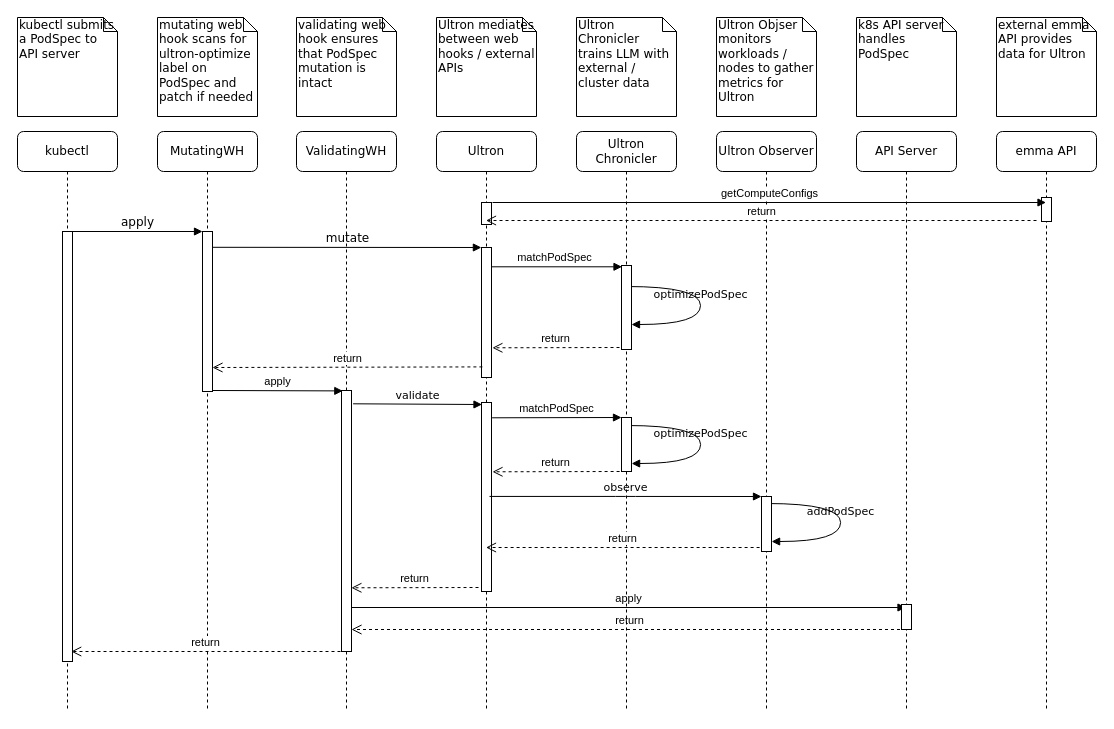
Above: page "Sequence Diagram" (2 of 2) of docs/ultron.drawio in be-heroes/ultron (draw.io), before the change. Source tidied: cells renumbered, new cells numbered last; positions are measured from the earlier drawing's top-left corner, leaving out a move shared by most shapes. Both pictures are drawn from the tidied source at 100%, with x=0, y=0 at pixel (17, 17).
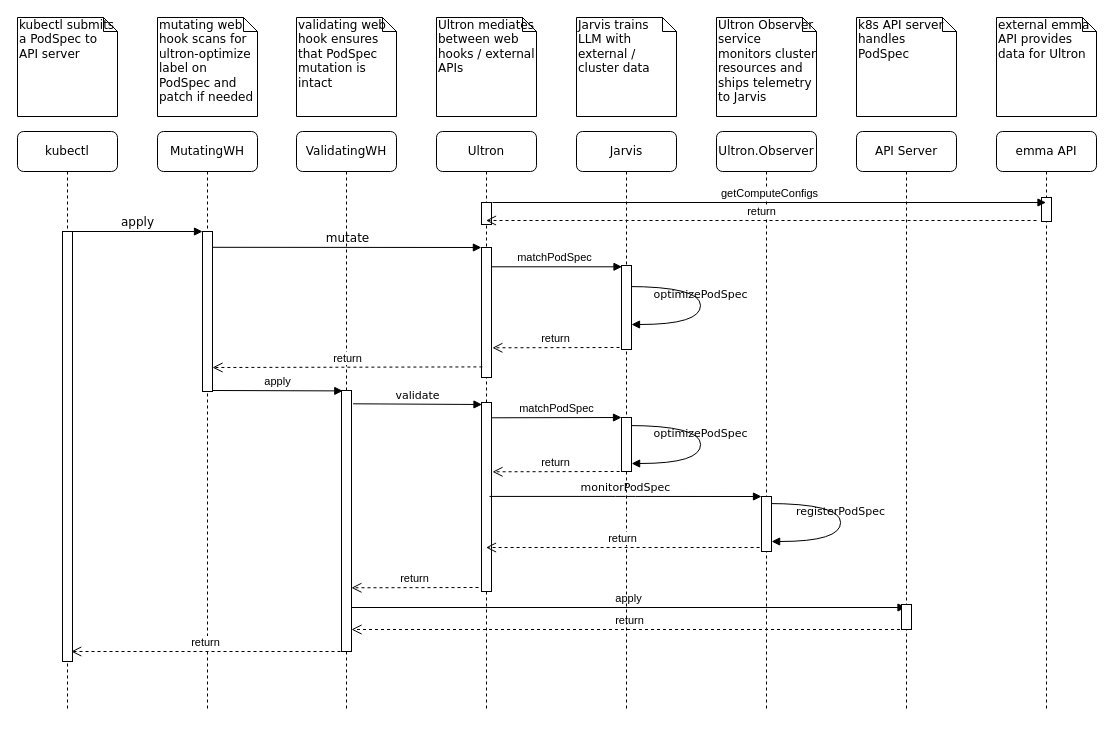
The same page after the edit.

Unchanged cells that the change refers to:
```xml
<mxCell id="13" style="html=1;points=[];perimeter=orthogonalPerimeter;rounded=0;shadow=0;comic=0;labelBackgroundColor=none;strokeWidth=1;fontFamily=Verdana;fontSize=12;align=center;" parent="11" vertex="1">
  <mxGeometry x="45" y="271" width="10" height="189" as="geometry" />
</mxCell>
```

What changed in the source:
```diff
@@
-    <mxCell id="2" value="addPodSpec" style="html=1;verticalAlign=bottom;endArrow=block;labelBackgroundColor=none;fontFamily=Verdana;fontSize=11;elbow=vertical;edgeStyle=orthogonalEdgeStyle;curved=1;" parent="1" edge="1">
+    <mxCell id="2" value="registerPodSpec" style="html=1;verticalAlign=bottom;endArrow=block;labelBackgroundColor=none;fontFamily=Verdana;fontSize=11;elbow=vertical;edgeStyle=orthogonalEdgeStyle;curved=1;" parent="1" edge="1">
       <mxGeometry relative="1" as="geometry">
         <mxPoint x="749" y="486" as="sourcePoint" />
         <mxPoint x="754.1" y="524" as="targetPoint" />
         <Array as="points">
           <mxPoint x="823.1" y="486" />
           <mxPoint x="823.1" y="524" />
         </Array>
       </mxGeometry>
     </mxCell>
@@
-    <mxCell id="17" value="Ultron Chronicler" style="shape=umlLifeline;perimeter=lifelinePerimeter;whiteSpace=wrap;html=1;rounded=1;shadow=0;comic=0;labelBackgroundColor=none;strokeWidth=1;fontFamily=Verdana;fontSize=12;align=center;" parent="1" vertex="1">
+    <mxCell id="17" value="Jarvis" style="shape=umlLifeline;perimeter=lifelinePerimeter;whiteSpace=wrap;html=1;rounded=1;shadow=0;comic=0;labelBackgroundColor=none;strokeWidth=1;fontFamily=Verdana;fontSize=12;align=center;" parent="1" vertex="1">
       <mxGeometry x="559" y="114" width="100" height="580" as="geometry" />
     </mxCell>
@@
-    <mxCell id="23" value="Ultron Observer" style="shape=umlLifeline;perimeter=lifelinePerimeter;whiteSpace=wrap;html=1;rounded=1;shadow=0;comic=0;labelBackgroundColor=none;strokeWidth=1;fontFamily=Verdana;fontSize=12;align=center;" parent="1" vertex="1">
+    <mxCell id="23" value="Ultron.Observer" style="shape=umlLifeline;perimeter=lifelinePerimeter;whiteSpace=wrap;html=1;rounded=1;shadow=0;comic=0;labelBackgroundColor=none;strokeWidth=1;fontFamily=Verdana;fontSize=12;align=center;" parent="1" vertex="1">
       <mxGeometry x="699" y="114" width="100" height="580" as="geometry" />
     </mxCell>
@@
-    <mxCell id="25" value="observe" style="html=1;verticalAlign=bottom;endArrow=block;labelBackgroundColor=none;fontFamily=Verdana;fontSize=11;edgeStyle=elbowEdgeStyle;elbow=horizontal;entryX=0.05;entryY=0.009;entryDx=0;entryDy=0;entryPerimeter=0;exitX=0.8;exitY=0.497;exitDx=0;exitDy=0;exitPerimeter=0;" parent="23" edge="1" source="13">
+    <mxCell id="25" value="monitorPodSpec" style="html=1;verticalAlign=bottom;endArrow=block;labelBackgroundColor=none;fontFamily=Verdana;fontSize=11;edgeStyle=elbowEdgeStyle;elbow=horizontal;entryX=0.05;entryY=0.009;entryDx=0;entryDy=0;entryPerimeter=0;exitX=0.8;exitY=0.497;exitDx=0;exitDy=0;exitPerimeter=0;" parent="23" edge="1" source="13">
       <mxGeometry relative="1" as="geometry">
         <mxPoint x="45" y="365" as="targetPoint" />
       </mxGeometry>
     </mxCell>
@@
-    <mxCell id="37" value="Ultron Chronicler trains LLM with external / cluster data" style="shape=note;whiteSpace=wrap;html=1;size=14;verticalAlign=top;align=left;spacingTop=-6;rounded=0;shadow=0;comic=0;labelBackgroundColor=none;strokeWidth=1;fontFamily=Verdana;fontSize=12;" parent="1" vertex="1">
+    <mxCell id="37" value="Jarvis trains LLM with external / cluster data" style="shape=note;whiteSpace=wrap;html=1;size=14;verticalAlign=top;align=left;spacingTop=-6;rounded=0;shadow=0;comic=0;labelBackgroundColor=none;strokeWidth=1;fontFamily=Verdana;fontSize=12;" parent="1" vertex="1">
       <mxGeometry x="559" width="100" height="99" as="geometry" />
     </mxCell>
-    <mxCell id="38" value="Ultron Objser monitors workloads / nodes to gather metrics for Ultron" style="shape=note;whiteSpace=wrap;html=1;size=14;verticalAlign=top;align=left;spacingTop=-6;rounded=0;shadow=0;comic=0;labelBackgroundColor=none;strokeWidth=1;fontFamily=Verdana;fontSize=12;" parent="1" vertex="1">
+    <mxCell id="38" value="Ultron Observer service monitors cluster resources and ships telemetry to Jarvis" style="shape=note;whiteSpace=wrap;html=1;size=14;verticalAlign=top;align=left;spacingTop=-6;rounded=0;shadow=0;comic=0;labelBackgroundColor=none;strokeWidth=1;fontFamily=Verdana;fontSize=12;" parent="1" vertex="1">
       <mxGeometry x="699" width="100" height="99" as="geometry" />
     </mxCell>
```
